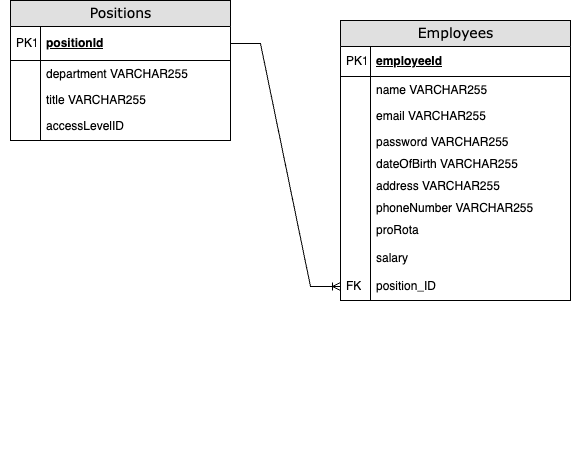
Above: ERD Diagram.png in remily23/capstone_hr_management_system (draw.io), before the change. Source tidied: cells renumbered, new cells last; positions are measured from the earlier drawing's top-left corner, leaving out a move shared by most shapes.
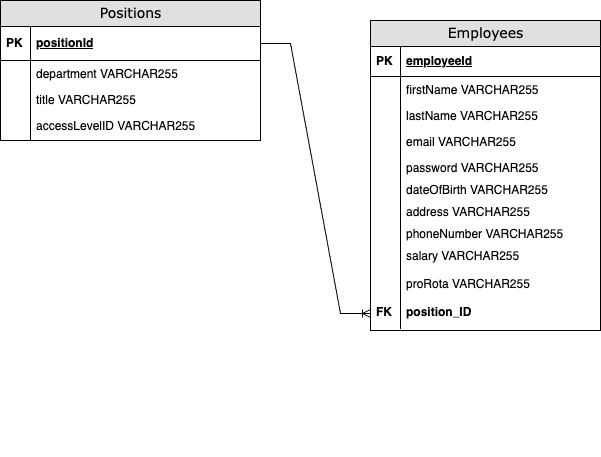
After the commit.

Commit message:
updated ERD diagram

Change to the diagram source:
```diff
@@ -3,91 +3,97 @@
     <mxCell id="0" />
     <mxCell id="1" parent="0" />
     <mxCell id="2" value="Employees" style="swimlane;html=1;fontStyle=0;horizontal=1;startSize=26;fillColor=#e0e0e0;swimlaneFillColor=#ffffff;align=center;rounded=0;shadow=0;comic=0;labelBackgroundColor=none;strokeWidth=1;fontFamily=Verdana;fontSize=14;swimlaneLine=1;" parent="1" vertex="1">
-      <mxGeometry x="340" y="20" width="230" height="280" as="geometry" />
+      <mxGeometry x="340" y="20" width="230" height="310" as="geometry" />
     </mxCell>
     <mxCell id="3" value="employeeId" style="shape=partialRectangle;top=0;left=0;right=0;bottom=1;html=1;align=left;verticalAlign=middle;fillColor=none;spacingLeft=34;spacingRight=4;whiteSpace=wrap;overflow=hidden;fontStyle=5;" parent="2" vertex="1">
       <mxGeometry y="26" width="230" height="30" as="geometry" />
     </mxCell>
-    <mxCell id="4" value="PK1" style="shape=partialRectangle;top=0;left=0;bottom=0;html=1;fillColor=none;align=left;verticalAlign=middle;spacingLeft=4;spacingRight=4;whiteSpace=wrap;overflow=hidden;" parent="3" vertex="1">
+    <mxCell id="4" value="&lt;b&gt;PK&lt;/b&gt;" style="shape=partialRectangle;top=0;left=0;bottom=0;html=1;fillColor=none;align=left;verticalAlign=middle;spacingLeft=4;spacingRight=4;whiteSpace=wrap;overflow=hidden;" parent="3" vertex="1">
       <mxGeometry width="30" height="30" as="geometry" />
     </mxCell>
-    <mxCell id="5" value="name VARCHAR255" style="shape=partialRectangle;top=0;left=0;right=0;bottom=0;html=1;align=left;verticalAlign=top;fillColor=none;spacingLeft=34;spacingRight=4;whiteSpace=wrap;overflow=hidden;" parent="2" vertex="1">
+    <mxCell id="5" value="firstName VARCHAR255" style="shape=partialRectangle;top=0;left=0;right=0;bottom=0;html=1;align=left;verticalAlign=top;fillColor=none;spacingLeft=34;spacingRight=4;whiteSpace=wrap;overflow=hidden;" parent="2" vertex="1">
       <mxGeometry y="56" width="230" height="26" as="geometry" />
     </mxCell>
     <mxCell id="6" style="shape=partialRectangle;top=0;left=0;bottom=0;html=1;fillColor=none;align=left;verticalAlign=top;spacingLeft=4;spacingRight=4;whiteSpace=wrap;overflow=hidden;" parent="5" vertex="1">
       <mxGeometry width="30" height="26" as="geometry" />
     </mxCell>
+    <mxCell id="34" value="lastName VARCHAR255" style="shape=partialRectangle;top=0;left=0;right=0;bottom=0;html=1;align=left;verticalAlign=top;fillColor=none;spacingLeft=34;spacingRight=4;whiteSpace=wrap;overflow=hidden;" parent="2" vertex="1">
+      <mxGeometry y="82" width="230" height="26" as="geometry" />
+    </mxCell>
+    <mxCell id="35" style="shape=partialRectangle;top=0;left=0;bottom=0;html=1;fillColor=none;align=left;verticalAlign=top;spacingLeft=4;spacingRight=4;whiteSpace=wrap;overflow=hidden;" parent="34" vertex="1">
+      <mxGeometry width="30" height="26" as="geometry" />
+    </mxCell>
     <mxCell id="7" value="email VARCHAR255" style="shape=partialRectangle;top=0;left=0;right=0;bottom=0;html=1;align=left;verticalAlign=top;fillColor=none;spacingLeft=34;spacingRight=4;whiteSpace=wrap;overflow=hidden;" parent="2" vertex="1">
-      <mxGeometry y="82" width="230" height="26" as="geometry" />
+      <mxGeometry y="108" width="230" height="26" as="geometry" />
     </mxCell>
     <mxCell id="8" style="shape=partialRectangle;top=0;left=0;bottom=0;html=1;fillColor=none;align=left;verticalAlign=top;spacingLeft=4;spacingRight=4;whiteSpace=wrap;overflow=hidden;" parent="7" vertex="1">
       <mxGeometry width="30" height="26" as="geometry" />
     </mxCell>
     <mxCell id="9" value="password VARCHAR255&lt;br&gt;&lt;br&gt;hours" style="shape=partialRectangle;top=0;left=0;right=0;bottom=0;html=1;align=left;verticalAlign=top;fillColor=none;spacingLeft=34;spacingRight=4;whiteSpace=wrap;overflow=hidden;" parent="2" vertex="1">
-      <mxGeometry y="108" width="230" height="22" as="geometry" />
+      <mxGeometry y="134" width="230" height="22" as="geometry" />
     </mxCell>
     <mxCell id="10" style="shape=partialRectangle;top=0;left=0;bottom=0;html=1;fillColor=none;align=left;verticalAlign=top;spacingLeft=4;spacingRight=4;whiteSpace=wrap;overflow=hidden;" parent="9" vertex="1">
       <mxGeometry width="30" height="22" as="geometry" />
     </mxCell>
     <mxCell id="11" value="dateOfBirth VARCHAR255&lt;br&gt;" style="shape=partialRectangle;top=0;left=0;right=0;bottom=0;html=1;align=left;verticalAlign=top;fillColor=none;spacingLeft=34;spacingRight=4;whiteSpace=wrap;overflow=hidden;" parent="2" vertex="1">
-      <mxGeometry y="130" width="230" height="22" as="geometry" />
+      <mxGeometry y="156" width="230" height="22" as="geometry" />
     </mxCell>
     <mxCell id="12" style="shape=partialRectangle;top=0;left=0;bottom=0;html=1;fillColor=none;align=left;verticalAlign=top;spacingLeft=4;spacingRight=4;whiteSpace=wrap;overflow=hidden;" parent="11" vertex="1">
       <mxGeometry width="30" height="22" as="geometry" />
     </mxCell>
     <mxCell id="13" value="address VARCHAR255&lt;br&gt;&lt;br&gt;" style="shape=partialRectangle;top=0;left=0;right=0;bottom=0;html=1;align=left;verticalAlign=top;fillColor=none;spacingLeft=34;spacingRight=4;whiteSpace=wrap;overflow=hidden;" parent="2" vertex="1">
-      <mxGeometry y="152" width="230" height="22" as="geometry" />
+      <mxGeometry y="178" width="230" height="22" as="geometry" />
     </mxCell>
     <mxCell id="14" style="shape=partialRectangle;top=0;left=0;bottom=0;html=1;fillColor=none;align=left;verticalAlign=top;spacingLeft=4;spacingRight=4;whiteSpace=wrap;overflow=hidden;" parent="13" vertex="1">
       <mxGeometry width="30" height="22" as="geometry" />
     </mxCell>
     <mxCell id="15" value="phoneNumber VARCHAR255&lt;br&gt;&lt;br&gt;hours" style="shape=partialRectangle;top=0;left=0;right=0;bottom=0;html=1;align=left;verticalAlign=top;fillColor=none;spacingLeft=34;spacingRight=4;whiteSpace=wrap;overflow=hidden;" parent="2" vertex="1">
-      <mxGeometry y="174" width="230" height="22" as="geometry" />
+      <mxGeometry y="200" width="230" height="22" as="geometry" />
     </mxCell>
     <mxCell id="16" style="shape=partialRectangle;top=0;left=0;bottom=0;html=1;fillColor=none;align=left;verticalAlign=top;spacingLeft=4;spacingRight=4;whiteSpace=wrap;overflow=hidden;" parent="15" vertex="1">
       <mxGeometry width="30" height="22" as="geometry" />
     </mxCell>
+    <mxCell id="19" value="salary VARCHAR255" style="shape=partialRectangle;top=0;left=0;right=0;bottom=0;html=1;align=left;verticalAlign=top;fillColor=none;spacingLeft=34;spacingRight=4;whiteSpace=wrap;overflow=hidden;" parent="2" vertex="1">
+      <mxGeometry y="222" width="230" height="28" as="geometry" />
+    </mxCell>
+    <mxCell id="20" style="shape=partialRectangle;top=0;left=0;bottom=0;html=1;fillColor=none;align=left;verticalAlign=top;spacingLeft=4;spacingRight=4;whiteSpace=wrap;overflow=hidden;" parent="19" vertex="1">
+      <mxGeometry width="30" height="28" as="geometry" />
+    </mxCell>
-    <mxCell id="17" value="proRota" style="shape=partialRectangle;top=0;left=0;right=0;bottom=0;html=1;align=left;verticalAlign=top;fillColor=none;spacingLeft=34;spacingRight=4;whiteSpace=wrap;overflow=hidden;" parent="2" vertex="1">
-      <mxGeometry y="196" width="230" height="28" as="geometry" />
+    <mxCell id="17" value="proRota VARCHAR255" style="shape=partialRectangle;top=0;left=0;right=0;bottom=0;html=1;align=left;verticalAlign=top;fillColor=none;spacingLeft=34;spacingRight=4;whiteSpace=wrap;overflow=hidden;" parent="2" vertex="1">
+      <mxGeometry y="250" width="230" height="28" as="geometry" />
     </mxCell>
     <mxCell id="18" style="shape=partialRectangle;top=0;left=0;bottom=0;html=1;fillColor=none;align=left;verticalAlign=top;spacingLeft=4;spacingRight=4;whiteSpace=wrap;overflow=hidden;" parent="17" vertex="1">
       <mxGeometry width="30" height="28" as="geometry" />
     </mxCell>
-    <mxCell id="19" value="salary" style="shape=partialRectangle;top=0;left=0;right=0;bottom=0;html=1;align=left;verticalAlign=top;fillColor=none;spacingLeft=34;spacingRight=4;whiteSpace=wrap;overflow=hidden;" parent="2" vertex="1">
-      <mxGeometry y="224" width="230" height="28" as="geometry" />
-    </mxCell>
-    <mxCell id="20" style="shape=partialRectangle;top=0;left=0;bottom=0;html=1;fillColor=none;align=left;verticalAlign=top;spacingLeft=4;spacingRight=4;whiteSpace=wrap;overflow=hidden;" parent="19" vertex="1">
-      <mxGeometry width="30" height="28" as="geometry" />
-    </mxCell>
-    <mxCell id="21" value="position_ID" style="shape=partialRectangle;top=0;left=0;right=0;bottom=0;html=1;align=left;verticalAlign=top;fillColor=none;spacingLeft=34;spacingRight=4;whiteSpace=wrap;overflow=hidden;points=[[0,0.5],[1,0.5]];portConstraint=eastwest;" parent="2" vertex="1">
-      <mxGeometry y="252" width="230" height="28" as="geometry" />
+    <mxCell id="21" value="&lt;b&gt;position_ID&lt;/b&gt;" style="shape=partialRectangle;top=0;left=0;right=0;bottom=0;html=1;align=left;verticalAlign=top;fillColor=none;spacingLeft=34;spacingRight=4;whiteSpace=wrap;overflow=hidden;points=[[0,0.5],[1,0.5]];portConstraint=eastwest;" parent="2" vertex="1">
+      <mxGeometry y="278" width="230" height="30" as="geometry" />
     </mxCell>
-    <mxCell id="22" value="FK" style="shape=partialRectangle;top=0;left=0;bottom=0;html=1;fillColor=none;align=left;verticalAlign=top;spacingLeft=4;spacingRight=4;whiteSpace=wrap;overflow=hidden;" parent="21" vertex="1">
-      <mxGeometry width="30" height="28" as="geometry" />
+    <mxCell id="22" value="&lt;b&gt;FK&lt;/b&gt;" style="shape=partialRectangle;top=0;left=0;bottom=0;html=1;fillColor=none;align=left;verticalAlign=top;spacingLeft=4;spacingRight=4;whiteSpace=wrap;overflow=hidden;" parent="21" vertex="1">
+      <mxGeometry width="30" height="30" as="geometry" />
     </mxCell>
     <mxCell id="23" value="Positions" style="swimlane;html=1;fontStyle=0;horizontal=1;startSize=26;fillColor=#e0e0e0;swimlaneFillColor=#ffffff;align=center;rounded=0;shadow=0;comic=0;labelBackgroundColor=none;strokeWidth=1;fontFamily=Verdana;fontSize=14;" parent="1" vertex="1">
-      <mxGeometry x="10" width="220" height="140" as="geometry" />
+      <mxGeometry x="-30" width="260" height="140" as="geometry" />
     </mxCell>
     <mxCell id="24" value="positionId" style="shape=partialRectangle;top=0;left=0;right=0;bottom=1;html=1;align=left;verticalAlign=middle;fillColor=none;spacingLeft=34;spacingRight=4;whiteSpace=wrap;overflow=hidden;points=[[0,0.5],[1,0.5]];portConstraint=eastwest;fontStyle=5;" parent="23" vertex="1">
-      <mxGeometry y="26" width="220" height="34" as="geometry" />
+      <mxGeometry y="26" width="260" height="34" as="geometry" />
     </mxCell>
-    <mxCell id="25" value="PK1" style="shape=partialRectangle;top=0;left=0;bottom=0;html=1;fillColor=none;align=left;verticalAlign=middle;spacingLeft=4;spacingRight=4;whiteSpace=wrap;overflow=hidden;" parent="24" vertex="1">
+    <mxCell id="25" value="&lt;b&gt;PK&lt;/b&gt;" style="shape=partialRectangle;top=0;left=0;bottom=0;html=1;fillColor=none;align=left;verticalAlign=middle;spacingLeft=4;spacingRight=4;whiteSpace=wrap;overflow=hidden;" parent="24" vertex="1">
       <mxGeometry width="30" height="34" as="geometry" />
     </mxCell>
     <mxCell id="26" value="department VARCHAR255" style="shape=partialRectangle;top=0;left=0;right=0;bottom=0;html=1;align=left;verticalAlign=top;fillColor=none;spacingLeft=34;spacingRight=4;whiteSpace=wrap;overflow=hidden;" parent="23" vertex="1">
-      <mxGeometry y="60" width="220" height="26" as="geometry" />
+      <mxGeometry y="60" width="260" height="26" as="geometry" />
     </mxCell>
     <mxCell id="27" style="shape=partialRectangle;top=0;left=0;bottom=0;html=1;fillColor=none;align=left;verticalAlign=top;spacingLeft=4;spacingRight=4;whiteSpace=wrap;overflow=hidden;" parent="26" vertex="1">
       <mxGeometry width="30" height="26" as="geometry" />
     </mxCell>
     <mxCell id="28" value="title VARCHAR255" style="shape=partialRectangle;top=0;left=0;right=0;bottom=0;html=1;align=left;verticalAlign=top;fillColor=none;spacingLeft=34;spacingRight=4;whiteSpace=wrap;overflow=hidden;" parent="23" vertex="1">
-      <mxGeometry y="86" width="220" height="26" as="geometry" />
+      <mxGeometry y="86" width="260" height="26" as="geometry" />
     </mxCell>
     <mxCell id="29" style="shape=partialRectangle;top=0;left=0;bottom=0;html=1;fillColor=none;align=left;verticalAlign=top;spacingLeft=4;spacingRight=4;whiteSpace=wrap;overflow=hidden;" parent="28" vertex="1">
       <mxGeometry width="30" height="26" as="geometry" />
     </mxCell>
-    <mxCell id="30" value="accessLevelID" style="shape=partialRectangle;top=0;left=0;right=0;bottom=0;html=1;align=left;verticalAlign=top;fillColor=none;spacingLeft=34;spacingRight=4;whiteSpace=wrap;overflow=hidden;" parent="23" vertex="1">
-      <mxGeometry y="112" width="220" height="28" as="geometry" />
+    <mxCell id="30" value="accessLevelID VARCHAR255" style="shape=partialRectangle;top=0;left=0;right=0;bottom=0;html=1;align=left;verticalAlign=top;fillColor=none;spacingLeft=34;spacingRight=4;whiteSpace=wrap;overflow=hidden;" parent="23" vertex="1">
+      <mxGeometry y="112" width="260" height="28" as="geometry" />
     </mxCell>
     <mxCell id="31" style="shape=partialRectangle;top=0;left=0;bottom=0;html=1;fillColor=none;align=left;verticalAlign=top;spacingLeft=4;spacingRight=4;whiteSpace=wrap;overflow=hidden;" parent="30" vertex="1">
       <mxGeometry width="30" height="28" as="geometry" />
```
